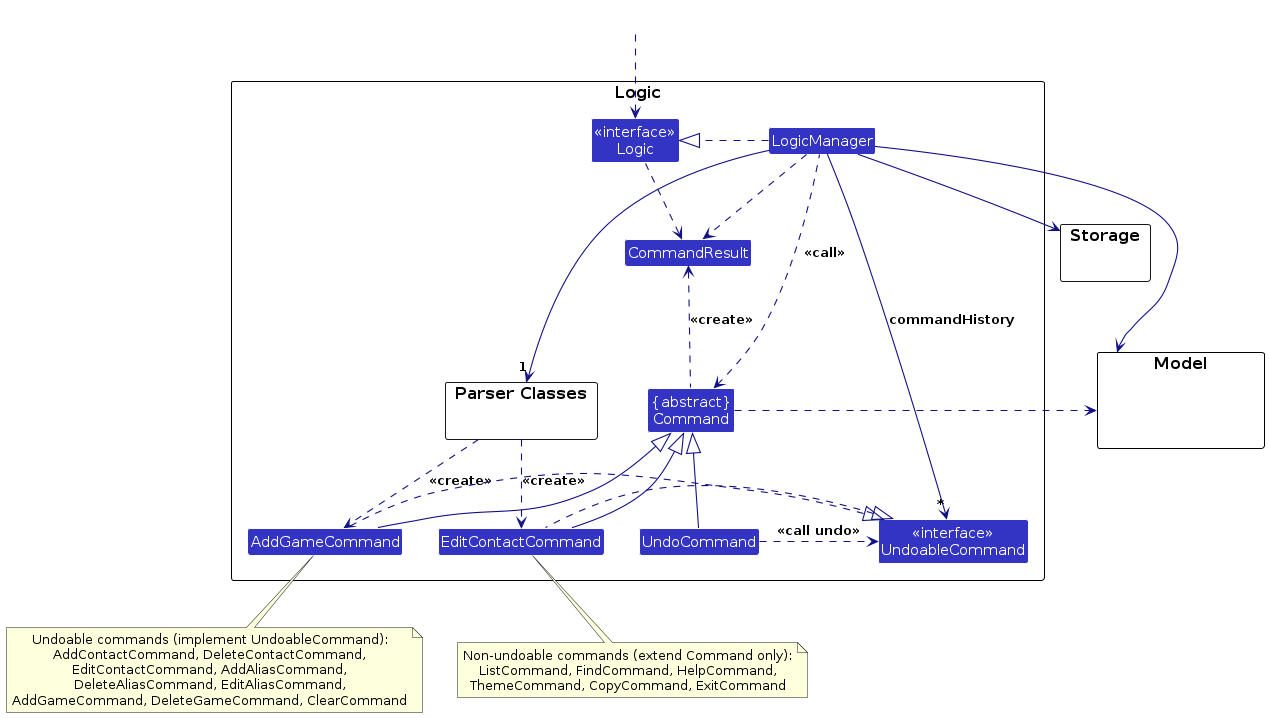
Earlier version of the PlantUML export diagrams/LogicClassDiagram.png (AY2526S2-CS2103T-W09-1/tp). Its source is kept beside it as diagrams/LogicClassDiagram.puml.
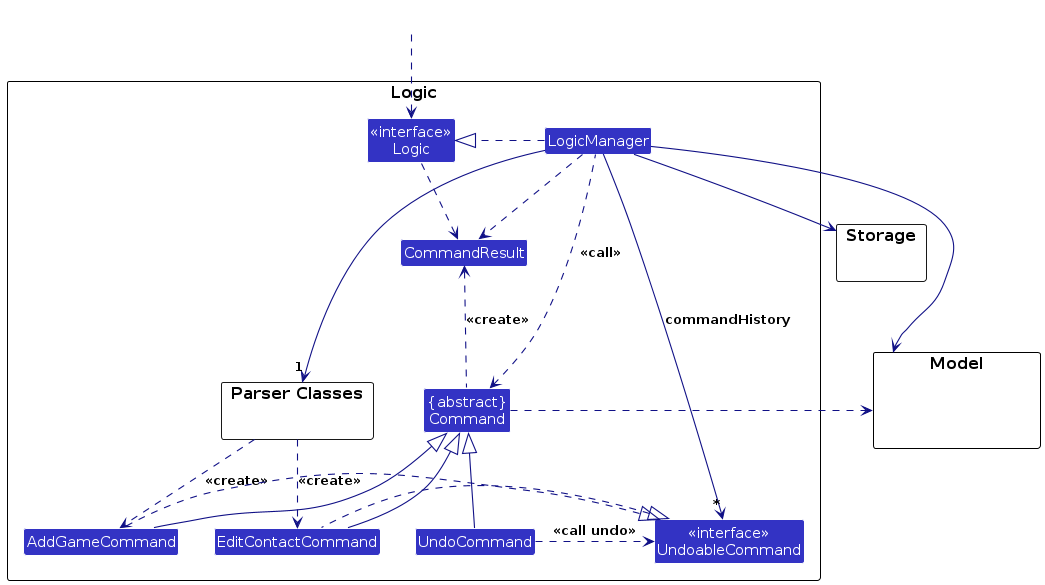
After the commit.

What changed in the source:
```diff
@@ -55,20 +55,6 @@
 
 UndoCommand .right.> UndoableCommand : <<call undo>>
 
-note bottom of AddGameCommand
-  Undoable commands (implement UndoableCommand):
-  AddContactCommand, DeleteContactCommand,
-  EditContactCommand, AddAliasCommand,
-  DeleteAliasCommand, EditAliasCommand,
-  AddGameCommand, DeleteGameCommand, ClearCommand
-end note
-
-note bottom of EditContactCommand
-  Non-undoable commands (extend Command only):
-  ListCommand, FindCommand, HelpCommand,
-  ThemeCommand, CopyCommand, ExitCommand
-end note
-
 LogicManager .left.> Command : <<call>>
 
 LogicManager --> Model
```
